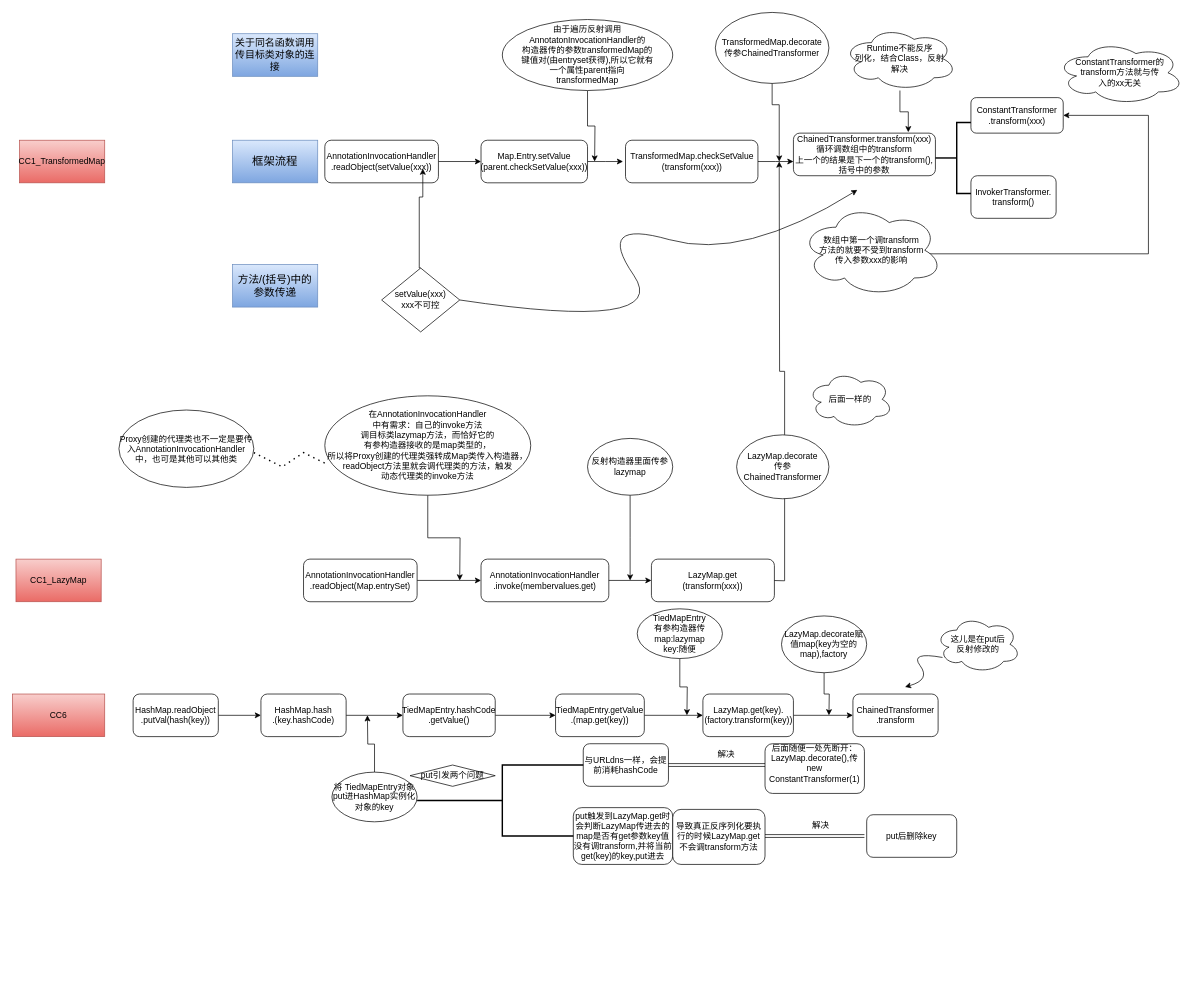
bxhhf/first-repo keeps this draw.io diagram as CC1_CC6.drawio. Above is the earlier version. Source tidied: cells renumbered, new cells numbered last; positions are measured from the earlier drawing's top-left corner, leaving out a move shared by most shapes. Both pictures are drawn from the tidied source at 71%, with x=0, y=0 at pixel (12, 12).
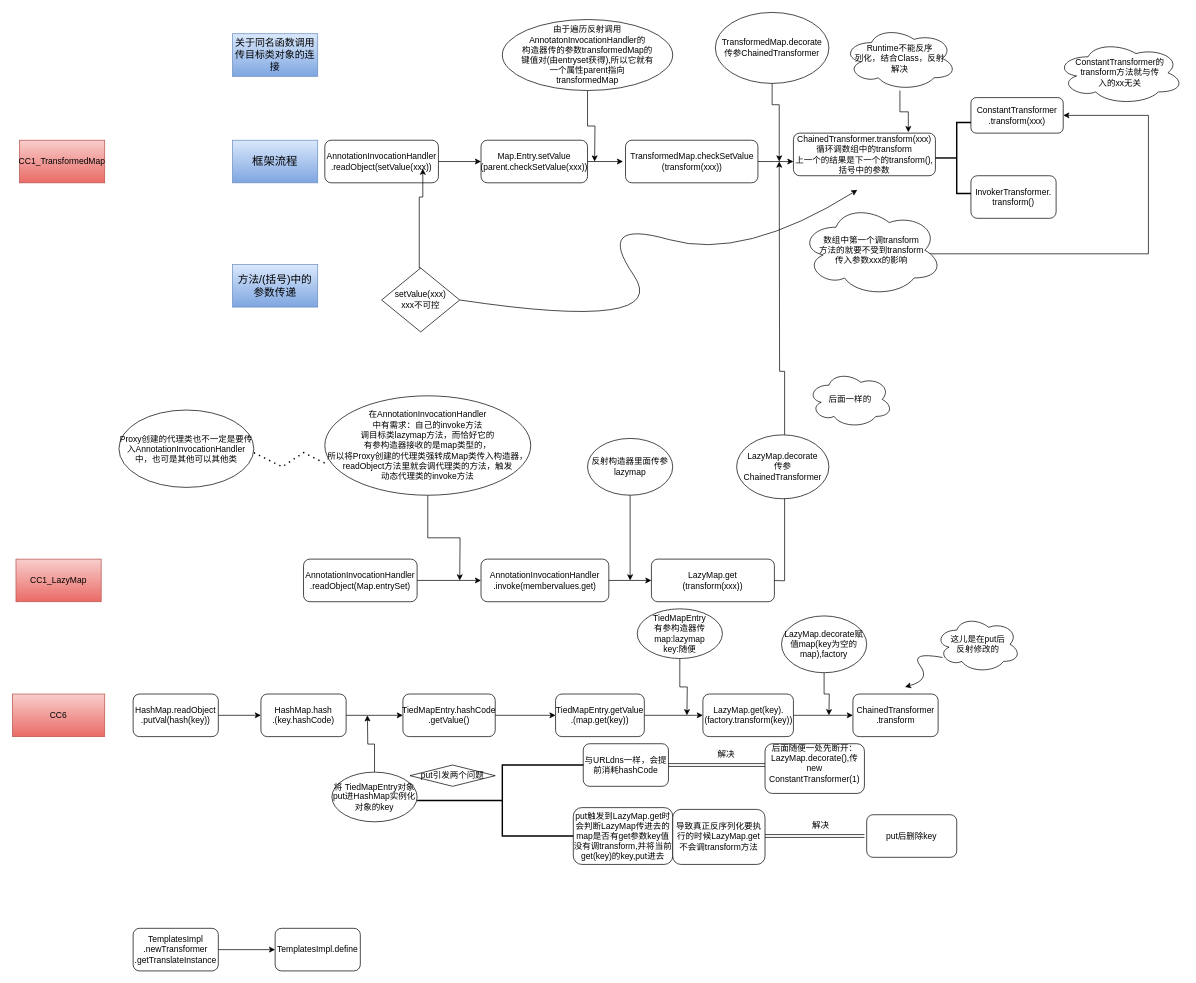
The same page after the edit.

The edit, as a diff of the source:
```diff
@@
+    <mxCell id="74" style="edgeStyle=orthogonalEdgeStyle;rounded=0;jettySize=auto;html=1;" parent="1" edge="1" source="75" target="76">
+      <mxGeometry relative="1" as="geometry" />
+    </mxCell>
+    <mxCell id="75" value="TemplatesImpl&lt;div&gt;.n&lt;span style=&quot;background-color: transparent; color: light-dark(rgb(0, 0, 0), rgb(255, 255, 255));&quot;&gt;ewTransformer&lt;/span&gt;&lt;/div&gt;&lt;div&gt;&lt;span style=&quot;background-color: transparent; color: light-dark(rgb(0, 0, 0), rgb(255, 255, 255));&quot;&gt;.getTranslateInstance&lt;/span&gt;&lt;/div&gt;" style="rounded=1;whiteSpace=wrap;html=1;" parent="1" vertex="1">
+      <mxGeometry x="170" y="1290" width="120" height="60" as="geometry" />
+    </mxCell>
+    <mxCell id="76" value="TemplatesImpl.define" style="whiteSpace=wrap;html=1;rounded=1;" parent="1" vertex="1">
+      <mxGeometry x="370" y="1290" width="120" height="60" as="geometry" />
+    </mxCell>
```
